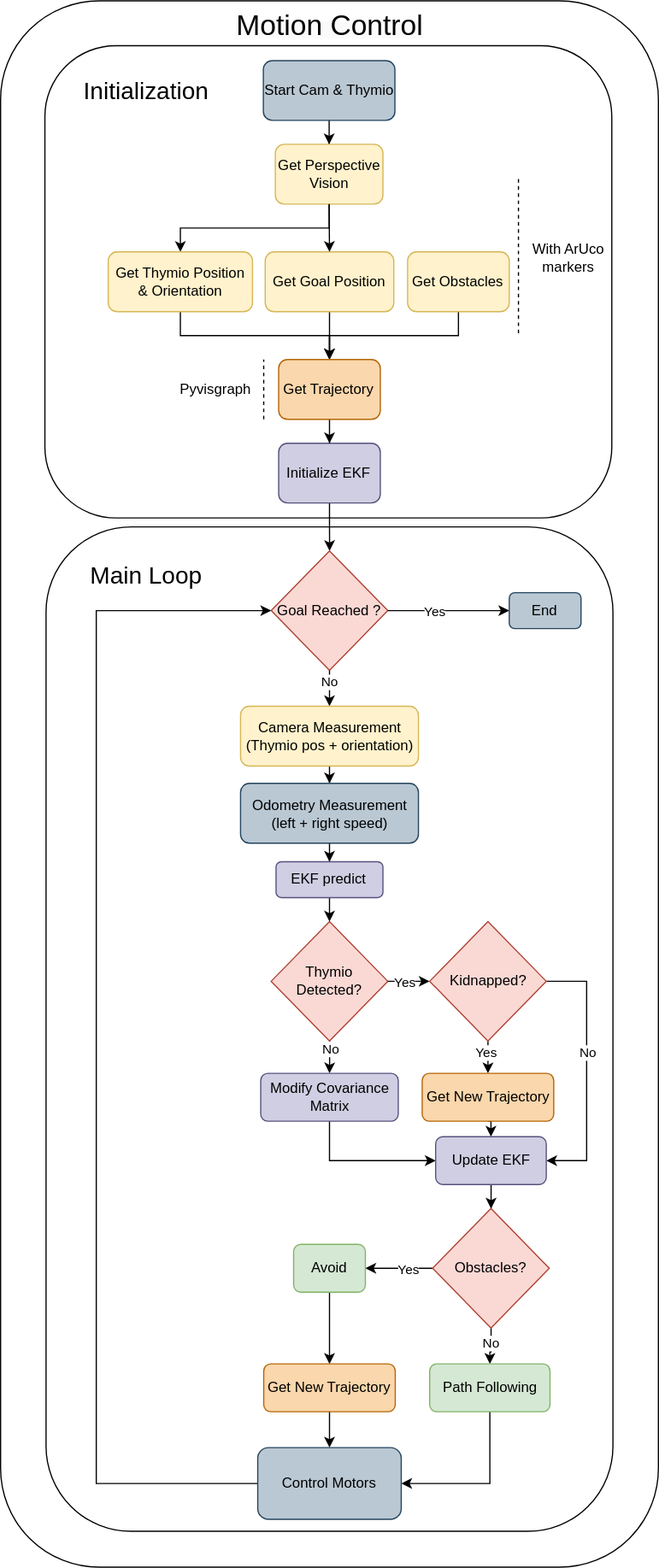
This is img/motion_control/motion_control.svg from rayangdn/thymio-epfl, a draw.io export, as it was before one commit. Source tidied: cells renumbered, new cells last; positions are measured from the earlier drawing's top-left corner, leaving out a move shared by most shapes. Its diagram source:
```xml
<mxGraphModel>
  <root>
    <mxCell id="0" />
    <mxCell id="1" parent="0" />
    <mxCell id="2" style="rounded=1;whiteSpace=wrap;html=1;fillColor=none;" parent="1" vertex="1">
      <mxGeometry width="550" height="1310" as="geometry" />
    </mxCell>
    <mxCell id="3" style="rounded=1;whiteSpace=wrap;html=1;fillColor=none;" parent="1" vertex="1">
      <mxGeometry x="38" y="440" width="474" height="840" as="geometry" />
    </mxCell>
    <mxCell id="4" style="rounded=1;whiteSpace=wrap;html=1;fillColor=none;" parent="1" vertex="1">
      <mxGeometry x="37" y="37.5" width="474" height="395" as="geometry" />
    </mxCell>
    <mxCell id="5" style="edgeStyle=orthogonalEdgeStyle;rounded=0;jettySize=auto;html=1;" parent="1" edge="1" source="6" target="8">
      <mxGeometry relative="1" as="geometry" />
    </mxCell>
    <mxCell id="6" value="Start Cam &amp;amp; Thymio" style="rounded=1;whiteSpace=wrap;html=1;fillColor=#bac8d3;strokeColor=#23445d;" parent="1" vertex="1">
      <mxGeometry x="219.7" y="50" width="110" height="50" as="geometry" />
    </mxCell>
    <mxCell id="7" style="edgeStyle=orthogonalEdgeStyle;rounded=0;jettySize=auto;html=1;entryX=0.5;entryY=0;entryDx=0;entryDy=0;exitX=0.5;exitY=1;exitDx=0;exitDy=0;" parent="1" edge="1" source="8" target="10">
      <mxGeometry relative="1" as="geometry" />
    </mxCell>
    <mxCell id="8" value="Get Perspective Vision" style="rounded=1;whiteSpace=wrap;html=1;fillColor=#fff2cc;strokeColor=#d6b656;" parent="1" vertex="1">
      <mxGeometry x="229.7" y="120" width="90" height="50" as="geometry" />
    </mxCell>
    <mxCell id="9" style="edgeStyle=orthogonalEdgeStyle;rounded=0;jettySize=auto;html=1;entryX=0.5;entryY=0;entryDx=0;entryDy=0;exitX=0.5;exitY=1;exitDx=0;exitDy=0;" parent="1" edge="1" source="10" target="18">
      <mxGeometry relative="1" as="geometry" />
    </mxCell>
    <mxCell id="10" value="Get Thymio Position &amp;amp; Orientation" style="rounded=1;whiteSpace=wrap;html=1;fillColor=#fff2cc;strokeColor=#d6b656;" parent="1" vertex="1">
      <mxGeometry x="90" y="210" width="120.6" height="50" as="geometry" />
    </mxCell>
    <mxCell id="11" style="edgeStyle=orthogonalEdgeStyle;rounded=0;jettySize=auto;html=1;entryX=0.5;entryY=0;entryDx=0;entryDy=0;exitX=0.5;exitY=1;exitDx=0;exitDy=0;" parent="1" edge="1" source="12" target="18">
      <mxGeometry relative="1" as="geometry" />
    </mxCell>
    <mxCell id="12" value="Get Obstacles" style="rounded=1;whiteSpace=wrap;html=1;fillColor=#fff2cc;strokeColor=#d6b656;" parent="1" vertex="1">
      <mxGeometry x="340.3" y="210" width="85" height="50" as="geometry" />
    </mxCell>
    <mxCell id="13" style="edgeStyle=orthogonalEdgeStyle;rounded=0;jettySize=auto;html=1;" parent="1" edge="1" source="14" target="20">
      <mxGeometry relative="1" as="geometry" />
    </mxCell>
    <mxCell id="14" value="Initialize EKF" style="rounded=1;whiteSpace=wrap;html=1;fillColor=#d0cee2;strokeColor=#56517e;" parent="1" vertex="1">
      <mxGeometry x="232.5" y="370" width="85" height="50" as="geometry" />
    </mxCell>
    <mxCell id="15" style="edgeStyle=orthogonalEdgeStyle;rounded=0;jettySize=auto;html=1;" parent="1" edge="1" source="16" target="18">
      <mxGeometry relative="1" as="geometry" />
    </mxCell>
    <mxCell id="16" value="Get Goal Position" style="rounded=1;whiteSpace=wrap;html=1;fillColor=#fff2cc;strokeColor=#d6b656;" parent="1" vertex="1">
      <mxGeometry x="221.2" y="210" width="107.5" height="50" as="geometry" />
    </mxCell>
    <mxCell id="17" style="edgeStyle=orthogonalEdgeStyle;rounded=0;jettySize=auto;html=1;" parent="1" edge="1" source="18" target="14">
      <mxGeometry relative="1" as="geometry" />
    </mxCell>
    <mxCell id="18" value="Get Trajectory" style="rounded=1;whiteSpace=wrap;html=1;fillColor=#fad7ac;strokeColor=#b46504;" parent="1" vertex="1">
      <mxGeometry x="232.5" y="300" width="85" height="50" as="geometry" />
    </mxCell>
    <mxCell id="19" style="endArrow=none;dashed=1;html=1;rounded=0;" parent="1" edge="1">
      <mxGeometry relative="1" as="geometry">
        <mxPoint x="433" y="278" as="sourcePoint" />
        <mxPoint x="433" y="148" as="targetPoint" />
      </mxGeometry>
    </mxCell>
    <mxCell id="20" value="Goal Reached ?" style="rhombus;whiteSpace=wrap;html=1;fillColor=#fad9d5;strokeColor=#ae4132;" parent="1" vertex="1">
      <mxGeometry x="226.2" y="460" width="97.5" height="100" as="geometry" />
    </mxCell>
    <mxCell id="21" style="endArrow=classic;html=1;rounded=0;exitX=1;exitY=0.5;exitDx=0;exitDy=0;entryX=0;entryY=0.5;entryDx=0;entryDy=0;" parent="1" edge="1" source="20" target="23">
      <mxGeometry relative="1" as="geometry" />
    </mxCell>
    <mxCell id="22" value="Yes" style="edgeLabel;html=1;align=center;verticalAlign=middle;" parent="21" vertex="1">
      <mxGeometry relative="1" as="geometry">
        <mxPoint x="-12" as="offset" />
      </mxGeometry>
    </mxCell>
    <mxCell id="23" value="End" style="rounded=1;whiteSpace=wrap;html=1;fillColor=#bac8d3;strokeColor=#23445d;" parent="1" vertex="1">
      <mxGeometry x="425.3" y="495" width="60" height="30" as="geometry" />
    </mxCell>
    <mxCell id="24" style="endArrow=classic;html=1;rounded=0;exitX=0.5;exitY=1;exitDx=0;exitDy=0;entryX=0.5;entryY=0;entryDx=0;entryDy=0;" parent="1" edge="1" source="20" target="27">
      <mxGeometry relative="1" as="geometry" />
    </mxCell>
    <mxCell id="25" value="No" style="edgeLabel;html=1;align=center;verticalAlign=middle;" parent="24" vertex="1">
      <mxGeometry relative="1" as="geometry">
        <mxPoint y="-5" as="offset" />
      </mxGeometry>
    </mxCell>
    <mxCell id="26" style="edgeStyle=orthogonalEdgeStyle;rounded=0;jettySize=auto;html=1;" parent="1" edge="1" source="27" target="29">
      <mxGeometry relative="1" as="geometry" />
    </mxCell>
    <mxCell id="27" value="Camera Measurement (Thymio pos + orientation)" style="rounded=1;whiteSpace=wrap;html=1;fillColor=#fff2cc;strokeColor=#d6b656;" parent="1" vertex="1">
      <mxGeometry x="200.6" y="590" width="148.8" height="50" as="geometry" />
    </mxCell>
    <mxCell id="28" style="edgeStyle=orthogonalEdgeStyle;rounded=0;jettySize=auto;html=1;" parent="1" edge="1" source="29" target="34">
      <mxGeometry relative="1" as="geometry" />
    </mxCell>
    <mxCell id="29" value="Odometry Measurement (left + right speed)" style="rounded=1;whiteSpace=wrap;html=1;fillColor=#bac8d3;strokeColor=#23445d;" parent="1" vertex="1">
      <mxGeometry x="200.6" y="654.5" width="148.8" height="50" as="geometry" />
    </mxCell>
    <mxCell id="30" style="edgeStyle=orthogonalEdgeStyle;rounded=0;jettySize=auto;html=1;" parent="1" edge="1" source="32" target="45">
      <mxGeometry relative="1" as="geometry" />
    </mxCell>
    <mxCell id="31" value="No" style="edgeLabel;html=1;align=center;verticalAlign=middle;" parent="30" vertex="1">
      <mxGeometry x="-0.25" y="1" relative="1" as="geometry">
        <mxPoint x="-1" y="-3" as="offset" />
      </mxGeometry>
    </mxCell>
    <mxCell id="32" value="Thymio Detected?" style="rhombus;whiteSpace=wrap;html=1;fillColor=#fad9d5;strokeColor=#ae4132;" parent="1" vertex="1">
      <mxGeometry x="226.2" y="770" width="97.5" height="100" as="geometry" />
    </mxCell>
    <mxCell id="33" style="edgeStyle=orthogonalEdgeStyle;rounded=0;jettySize=auto;html=1;" parent="1" edge="1" source="34" target="32">
      <mxGeometry relative="1" as="geometry" />
    </mxCell>
    <mxCell id="34" value="EKF predict" style="rounded=1;whiteSpace=wrap;html=1;fillColor=#d0cee2;strokeColor=#56517e;" parent="1" vertex="1">
      <mxGeometry x="230.3" y="720" width="89.4" height="30" as="geometry" />
    </mxCell>
    <mxCell id="35" style="endArrow=classic;html=1;rounded=0;exitX=1;exitY=0.5;exitDx=0;exitDy=0;entryX=0;entryY=0.5;entryDx=0;entryDy=0;" parent="1" edge="1" source="32" target="41">
      <mxGeometry relative="1" as="geometry" />
    </mxCell>
    <mxCell id="36" value="Yes" style="edgeLabel;html=1;align=center;verticalAlign=middle;" parent="35" vertex="1">
      <mxGeometry relative="1" as="geometry">
        <mxPoint x="-4" as="offset" />
      </mxGeometry>
    </mxCell>
    <mxCell id="37" style="edgeStyle=orthogonalEdgeStyle;rounded=0;jettySize=auto;html=1;exitX=0.5;exitY=1;exitDx=0;exitDy=0;" parent="1" edge="1" source="41" target="43">
      <mxGeometry relative="1" as="geometry" />
    </mxCell>
    <mxCell id="38" value="Yes" style="edgeLabel;html=1;align=center;verticalAlign=middle;" parent="37" vertex="1">
      <mxGeometry x="-0.33" relative="1" as="geometry">
        <mxPoint x="-2" y="-9" as="offset" />
      </mxGeometry>
    </mxCell>
    <mxCell id="39" style="edgeStyle=orthogonalEdgeStyle;rounded=0;jettySize=auto;html=1;exitX=1;exitY=0.5;exitDx=0;exitDy=0;entryX=1;entryY=0.5;entryDx=0;entryDy=0;" parent="1" edge="1" source="41" target="47">
      <mxGeometry relative="1" as="geometry">
        <Array as="points">
          <mxPoint x="490" y="820" />
          <mxPoint x="490" y="970" />
        </Array>
      </mxGeometry>
    </mxCell>
    <mxCell id="40" value="No" style="edgeLabel;html=1;align=center;verticalAlign=middle;" parent="39" vertex="1">
      <mxGeometry x="-0.03" y="-2" relative="1" as="geometry">
        <mxPoint x="2" y="-13" as="offset" />
      </mxGeometry>
    </mxCell>
    <mxCell id="41" value="Kidnapped?" style="rhombus;whiteSpace=wrap;html=1;fillColor=#fad9d5;strokeColor=#ae4132;" parent="1" vertex="1">
      <mxGeometry x="358.8" y="770" width="97.5" height="100" as="geometry" />
    </mxCell>
    <mxCell id="42" style="edgeStyle=orthogonalEdgeStyle;rounded=0;jettySize=auto;html=1;entryX=0.5;entryY=0;entryDx=0;entryDy=0;exitX=0.5;exitY=1;exitDx=0;exitDy=0;" parent="1" edge="1" source="43" target="47">
      <mxGeometry relative="1" as="geometry" />
    </mxCell>
    <mxCell id="43" value="Get New Trajectory" style="rounded=1;whiteSpace=wrap;html=1;fillColor=#fad7ac;strokeColor=#b46504;" parent="1" vertex="1">
      <mxGeometry x="352.5" y="897" width="110" height="40" as="geometry" />
    </mxCell>
    <mxCell id="44" style="edgeStyle=orthogonalEdgeStyle;rounded=0;jettySize=auto;html=1;entryX=0;entryY=0.5;entryDx=0;entryDy=0;exitX=0.5;exitY=1;exitDx=0;exitDy=0;" parent="1" edge="1" source="45" target="47">
      <mxGeometry relative="1" as="geometry" />
    </mxCell>
    <mxCell id="45" value="Modify Covariance Matrix" style="rounded=1;whiteSpace=wrap;html=1;fillColor=#d0cee2;strokeColor=#56517e;" parent="1" vertex="1">
      <mxGeometry x="217.5" y="897" width="115" height="40" as="geometry" />
    </mxCell>
    <mxCell id="46" style="edgeStyle=orthogonalEdgeStyle;rounded=0;jettySize=auto;html=1;" parent="1" edge="1" source="47" target="52">
      <mxGeometry relative="1" as="geometry" />
    </mxCell>
    <mxCell id="47" value="Update EKF" style="rounded=1;whiteSpace=wrap;html=1;fillColor=#d0cee2;strokeColor=#56517e;" parent="1" vertex="1">
      <mxGeometry x="363.8" y="950" width="92.5" height="40" as="geometry" />
    </mxCell>
    <mxCell id="48" style="edgeStyle=orthogonalEdgeStyle;rounded=0;jettySize=auto;html=1;" parent="1" edge="1" source="52" target="54">
      <mxGeometry relative="1" as="geometry" />
    </mxCell>
    <mxCell id="49" value="Yes" style="edgeLabel;html=1;align=center;verticalAlign=middle;" parent="48" vertex="1">
      <mxGeometry x="-0.47" y="-2" relative="1" as="geometry">
        <mxPoint x="-6" y="2" as="offset" />
      </mxGeometry>
    </mxCell>
    <mxCell id="50" style="edgeStyle=orthogonalEdgeStyle;rounded=0;jettySize=auto;html=1;" parent="1" edge="1" source="52" target="56">
      <mxGeometry relative="1" as="geometry" />
    </mxCell>
    <mxCell id="51" value="No" style="edgeLabel;html=1;align=center;verticalAlign=middle;" parent="50" vertex="1">
      <mxGeometry x="-0.19" y="2" relative="1" as="geometry">
        <mxPoint x="-3" as="offset" />
      </mxGeometry>
    </mxCell>
    <mxCell id="52" value="Obstacles?" style="rhombus;whiteSpace=wrap;html=1;fillColor=#fad9d5;strokeColor=#ae4132;" parent="1" vertex="1">
      <mxGeometry x="361.2" y="1010" width="97.5" height="100" as="geometry" />
    </mxCell>
    <mxCell id="53" style="edgeStyle=orthogonalEdgeStyle;rounded=0;jettySize=auto;html=1;" parent="1" edge="1" source="54" target="60">
      <mxGeometry relative="1" as="geometry" />
    </mxCell>
    <mxCell id="54" value="Avoid" style="rounded=1;whiteSpace=wrap;html=1;fillColor=#d5e8d4;strokeColor=#82b366;" parent="1" vertex="1">
      <mxGeometry x="245" y="1040" width="60" height="40" as="geometry" />
    </mxCell>
    <mxCell id="55" style="edgeStyle=orthogonalEdgeStyle;rounded=0;jettySize=auto;html=1;entryX=1;entryY=0.5;entryDx=0;entryDy=0;exitX=0.5;exitY=1;exitDx=0;exitDy=0;" parent="1" edge="1" source="56" target="58">
      <mxGeometry relative="1" as="geometry" />
    </mxCell>
    <mxCell id="56" value="Path Following" style="rounded=1;whiteSpace=wrap;html=1;fillColor=#d5e8d4;strokeColor=#82b366;" parent="1" vertex="1">
      <mxGeometry x="358.8" y="1140" width="100.6" height="40" as="geometry" />
    </mxCell>
    <mxCell id="57" style="edgeStyle=orthogonalEdgeStyle;rounded=0;jettySize=auto;html=1;entryX=0;entryY=0.5;entryDx=0;entryDy=0;exitX=0;exitY=0.5;exitDx=0;exitDy=0;" parent="1" edge="1" source="58" target="20">
      <mxGeometry relative="1" as="geometry">
        <Array as="points">
          <mxPoint x="80" y="1240" />
          <mxPoint x="80" y="510" />
        </Array>
      </mxGeometry>
    </mxCell>
    <mxCell id="58" value="Control Motors" style="rounded=1;whiteSpace=wrap;html=1;fillColor=#bac8d3;strokeColor=#23445d;" parent="1" vertex="1">
      <mxGeometry x="215" y="1210" width="120" height="60" as="geometry" />
    </mxCell>
    <mxCell id="59" style="edgeStyle=orthogonalEdgeStyle;rounded=0;jettySize=auto;html=1;" parent="1" edge="1" source="60" target="58">
      <mxGeometry relative="1" as="geometry" />
    </mxCell>
    <mxCell id="60" value="Get New Trajectory" style="rounded=1;whiteSpace=wrap;html=1;fillColor=#fad7ac;strokeColor=#b46504;" parent="1" vertex="1">
      <mxGeometry x="220" y="1140" width="110" height="40" as="geometry" />
    </mxCell>
    <mxCell id="61" value="&lt;font style=&quot;font-size: 20px;&quot;&gt;Main Loop&lt;/font&gt;" style="text;html=1;align=center;verticalAlign=middle;whiteSpace=wrap;rounded=0;" parent="1" vertex="1">
      <mxGeometry x="53.8" y="465" width="136.2" height="30" as="geometry" />
    </mxCell>
    <mxCell id="62" value="With ArUco markers" style="text;html=1;align=center;verticalAlign=middle;whiteSpace=wrap;rounded=0;" parent="1" vertex="1">
      <mxGeometry x="425.3" y="200" width="100" height="30" as="geometry" />
    </mxCell>
    <mxCell id="63" style="endArrow=none;dashed=1;html=1;rounded=0;" parent="1" edge="1">
      <mxGeometry relative="1" as="geometry">
        <mxPoint x="220" y="350" as="sourcePoint" />
        <mxPoint x="220" y="300" as="targetPoint" />
      </mxGeometry>
    </mxCell>
    <mxCell id="64" value="Pyvisgraph" style="text;html=1;align=center;verticalAlign=middle;whiteSpace=wrap;rounded=0;" parent="1" vertex="1">
      <mxGeometry x="129.8" y="310" width="100" height="30" as="geometry" />
    </mxCell>
    <mxCell id="65" style="endArrow=classic;html=1;rounded=0;exitX=0.5;exitY=1;exitDx=0;exitDy=0;entryX=0.5;entryY=0;entryDx=0;entryDy=0;" parent="1" edge="1" source="8" target="16">
      <mxGeometry relative="1" as="geometry" />
    </mxCell>
    <mxCell id="66" value="&lt;span style=&quot;color: rgb(0, 0, 0); font-family: Helvetica; font-style: normal; font-variant-ligatures: normal; font-variant-caps: normal; font-weight: 400; letter-spacing: normal; orphans: 2; text-indent: 0px; text-transform: none; widows: 2; word-spacing: 0px; -webkit-text-stroke-width: 0px; white-space: normal; background-color: rgb(251, 251, 251); text-decoration-thickness: initial; text-decoration-style: initial; text-decoration-color: initial; float: none; display: inline !important;&quot;&gt;&lt;font style=&quot;font-size: 24px;&quot;&gt;Motion Control&lt;/font&gt;&lt;/span&gt;" style="text;whiteSpace=wrap;html=1;align=center;" parent="1" vertex="1">
      <mxGeometry x="173.8" width="202.5" height="50" as="geometry" />
    </mxCell>
    <mxCell id="67" value="&lt;font style=&quot;font-size: 20px;&quot;&gt;Initialization&lt;/font&gt;" style="text;html=1;align=center;verticalAlign=middle;whiteSpace=wrap;rounded=0;" parent="1" vertex="1">
      <mxGeometry x="53.8" y="60" width="136.2" height="30" as="geometry" />
    </mxCell>
  </root>
</mxGraphModel>
```
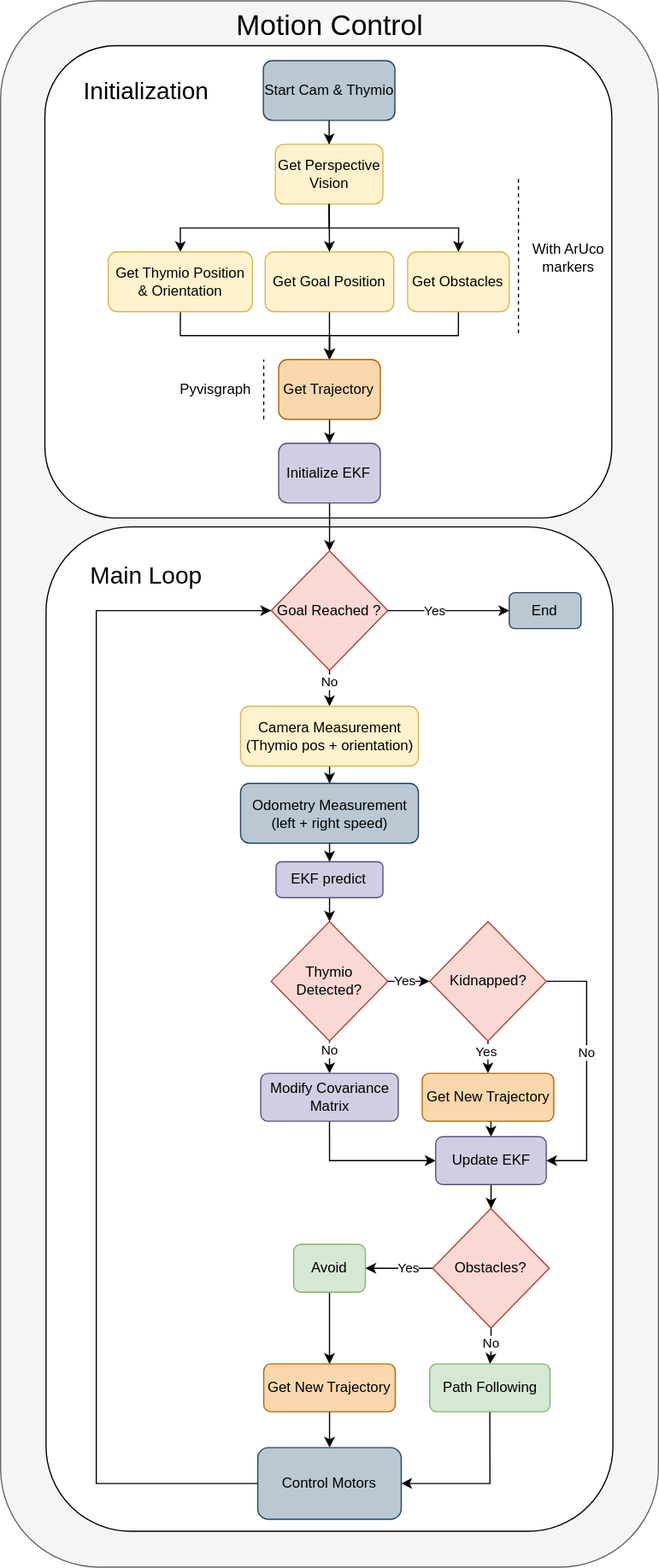
The same file after the commit.

Commit message:
added motion control

What changed in the source:
```diff
@@ -2,13 +2,13 @@
   <root>
     <mxCell id="0" />
     <mxCell id="1" parent="0" />
-    <mxCell id="2" style="rounded=1;whiteSpace=wrap;html=1;fillColor=none;" parent="1" vertex="1">
+    <mxCell id="2" style="rounded=1;whiteSpace=wrap;html=1;fillColor=#f5f5f5;fontColor=#333333;strokeColor=#666666;" parent="1" vertex="1">
       <mxGeometry width="550" height="1310" as="geometry" />
     </mxCell>
-    <mxCell id="3" style="rounded=1;whiteSpace=wrap;html=1;fillColor=none;" parent="1" vertex="1">
+    <mxCell id="3" style="rounded=1;whiteSpace=wrap;html=1;" parent="1" vertex="1">
       <mxGeometry x="38" y="440" width="474" height="840" as="geometry" />
     </mxCell>
-    <mxCell id="4" style="rounded=1;whiteSpace=wrap;html=1;fillColor=none;" parent="1" vertex="1">
+    <mxCell id="4" style="rounded=1;whiteSpace=wrap;html=1;" parent="1" vertex="1">
       <mxGeometry x="37" y="37.5" width="474" height="395" as="geometry" />
     </mxCell>
     <mxCell id="5" style="edgeStyle=orthogonalEdgeStyle;rounded=0;jettySize=auto;html=1;" parent="1" edge="1" source="6" target="8">
@@ -17,7 +17,7 @@
     <mxCell id="6" value="Start Cam &amp;amp; Thymio" style="rounded=1;whiteSpace=wrap;html=1;fillColor=#bac8d3;strokeColor=#23445d;" parent="1" vertex="1">
       <mxGeometry x="219.7" y="50" width="110" height="50" as="geometry" />
     </mxCell>
-    <mxCell id="7" style="edgeStyle=orthogonalEdgeStyle;rounded=0;jettySize=auto;html=1;entryX=0.5;entryY=0;entryDx=0;entryDy=0;exitX=0.5;exitY=1;exitDx=0;exitDy=0;" parent="1" edge="1" source="8" target="10">
+    <mxCell id="7" style="edgeStyle=orthogonalEdgeStyle;rounded=0;jettySize=auto;html=1;exitX=0.5;exitY=1;exitDx=0;exitDy=0;entryX=0.5;entryY=0;entryDx=0;entryDy=0;" parent="1" edge="1" source="8" target="10">
       <mxGeometry relative="1" as="geometry" />
     </mxCell>
     <mxCell id="8" value="Get Perspective Vision" style="rounded=1;whiteSpace=wrap;html=1;fillColor=#fff2cc;strokeColor=#d6b656;" parent="1" vertex="1">
@@ -223,14 +223,22 @@
     <mxCell id="64" value="Pyvisgraph" style="text;html=1;align=center;verticalAlign=middle;whiteSpace=wrap;rounded=0;" parent="1" vertex="1">
       <mxGeometry x="129.8" y="310" width="100" height="30" as="geometry" />
     </mxCell>
-    <mxCell id="65" style="endArrow=classic;html=1;rounded=0;exitX=0.5;exitY=1;exitDx=0;exitDy=0;entryX=0.5;entryY=0;entryDx=0;entryDy=0;" parent="1" edge="1" source="8" target="16">
-      <mxGeometry relative="1" as="geometry" />
-    </mxCell>
     <mxCell id="66" value="&lt;span style=&quot;color: rgb(0, 0, 0); font-family: Helvetica; font-style: normal; font-variant-ligatures: normal; font-variant-caps: normal; font-weight: 400; letter-spacing: normal; orphans: 2; text-indent: 0px; text-transform: none; widows: 2; word-spacing: 0px; -webkit-text-stroke-width: 0px; white-space: normal; background-color: rgb(251, 251, 251); text-decoration-thickness: initial; text-decoration-style: initial; text-decoration-color: initial; float: none; display: inline !important;&quot;&gt;&lt;font style=&quot;font-size: 24px;&quot;&gt;Motion Control&lt;/font&gt;&lt;/span&gt;" style="text;whiteSpace=wrap;html=1;align=center;" parent="1" vertex="1">
       <mxGeometry x="173.8" width="202.5" height="50" as="geometry" />
     </mxCell>
     <mxCell id="67" value="&lt;font style=&quot;font-size: 20px;&quot;&gt;Initialization&lt;/font&gt;" style="text;html=1;align=center;verticalAlign=middle;whiteSpace=wrap;rounded=0;" parent="1" vertex="1">
       <mxGeometry x="53.8" y="60" width="136.2" height="30" as="geometry" />
     </mxCell>
+    <mxCell id="65" style="endArrow=classic;html=1;rounded=0;entryX=0.5;entryY=0;entryDx=0;entryDy=0;exitX=0.5;exitY=1;exitDx=0;exitDy=0;" parent="1" edge="1" source="8" target="16">
+      <mxGeometry relative="1" as="geometry" />
+    </mxCell>
+    <mxCell id="68" style="endArrow=classic;html=1;rounded=0;entryX=0.5;entryY=0;entryDx=0;entryDy=0;exitX=0.5;exitY=1;exitDx=0;exitDy=0;" parent="1" edge="1" source="8" target="12">
+      <mxGeometry relative="1" as="geometry">
+        <Array as="points">
+          <mxPoint x="275" y="190" />
+          <mxPoint x="383" y="190" />
+        </Array>
+      </mxGeometry>
+    </mxCell>
   </root>
 </mxGraphModel>
```
